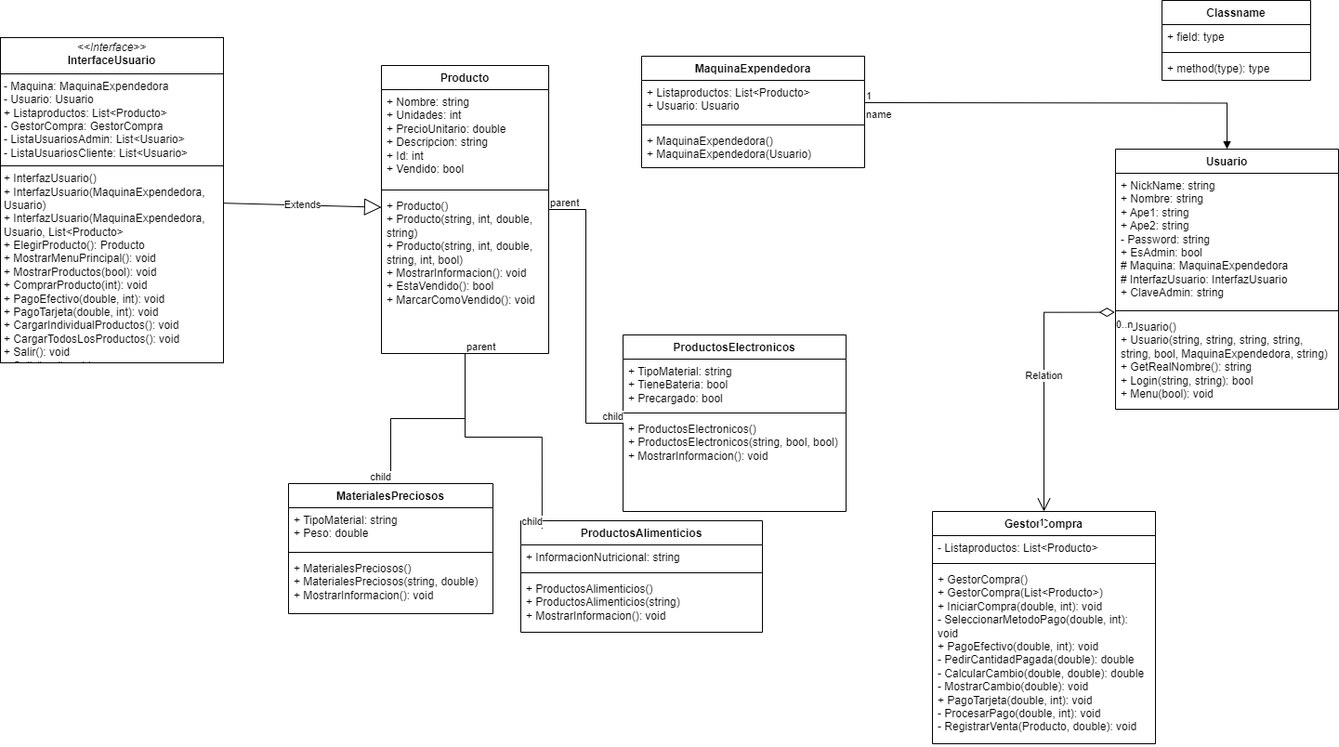
The draw.io diagram Diagrama MaquinaExpendedora.drawio.png in CarmenSanchezHDLFlor/MaquinaExpendedora---ProyectoFinal, before a commit. Source tidied: cells renumbered, new cells last; positions are measured from the earlier drawing's top-left corner, leaving out a move shared by most shapes.
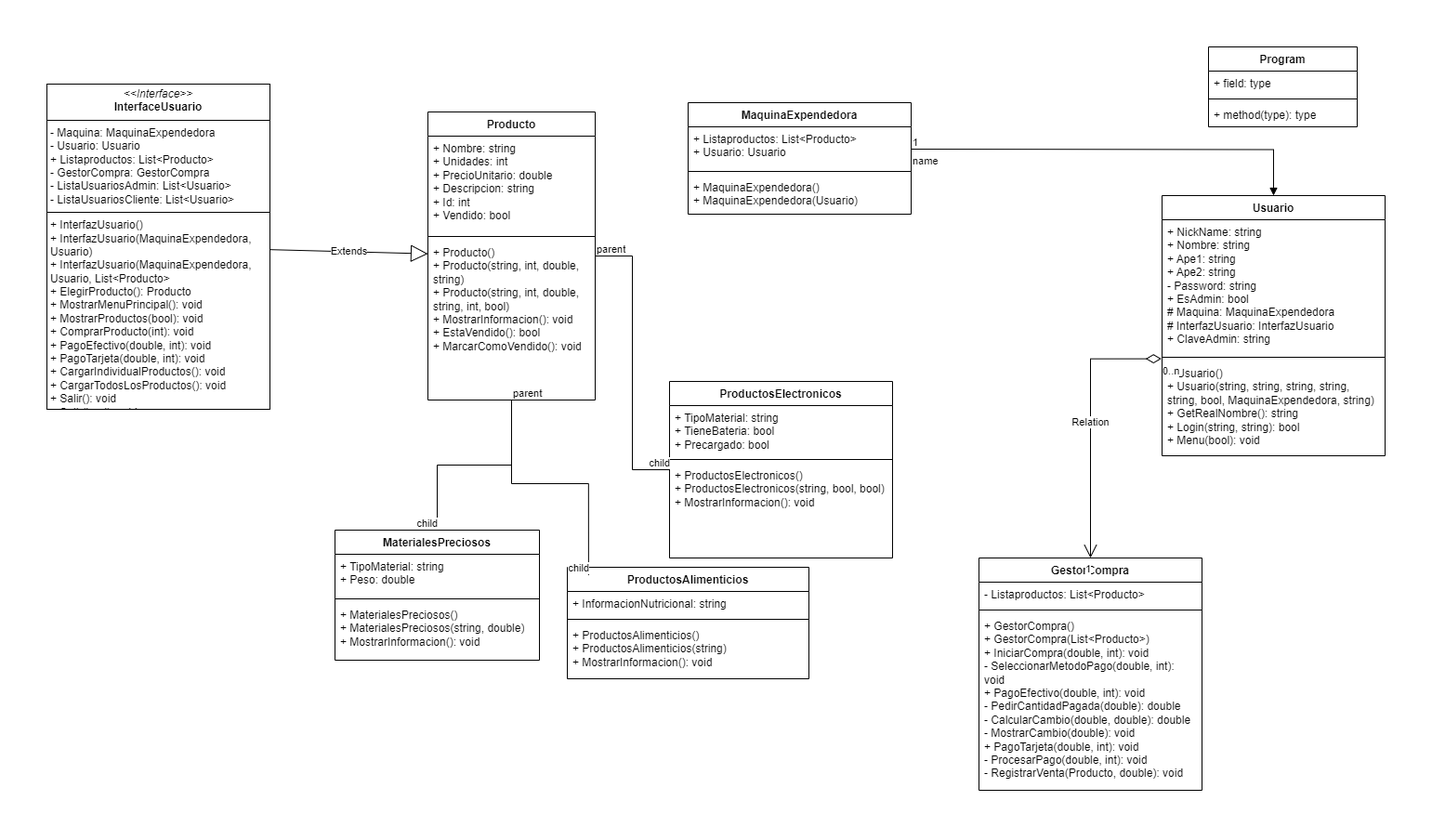
The same file after the commit.

What changed in the source:
```diff
@@ -50,7 +50,7 @@
     <mxCell id="17" value="+ MaquinaExpendedora()&lt;div&gt;+ MaquinaExpendedora(Usuario)&lt;/div&gt;" style="text;strokeColor=none;fillColor=none;align=left;verticalAlign=top;spacingLeft=4;spacingRight=4;overflow=hidden;whiteSpace=wrap;html=1;" parent="14" vertex="1">
       <mxGeometry y="78" width="240" height="42" as="geometry" />
     </mxCell>
-    <mxCell id="18" value="Classname" style="swimlane;fontStyle=1;align=center;verticalAlign=top;horizontal=1;startSize=26;whiteSpace=wrap;html=1;" parent="1" vertex="1">
+    <mxCell id="18" value="Program" style="swimlane;fontStyle=1;align=center;verticalAlign=top;horizontal=1;startSize=26;whiteSpace=wrap;html=1;" parent="1" vertex="1">
       <mxGeometry x="1250" width="160" height="86" as="geometry" />
     </mxCell>
     <mxCell id="19" value="+ field: type" style="text;strokeColor=none;fillColor=none;align=left;verticalAlign=top;spacingLeft=4;spacingRight=4;overflow=hidden;whiteSpace=wrap;html=1;" parent="18" vertex="1">
```
